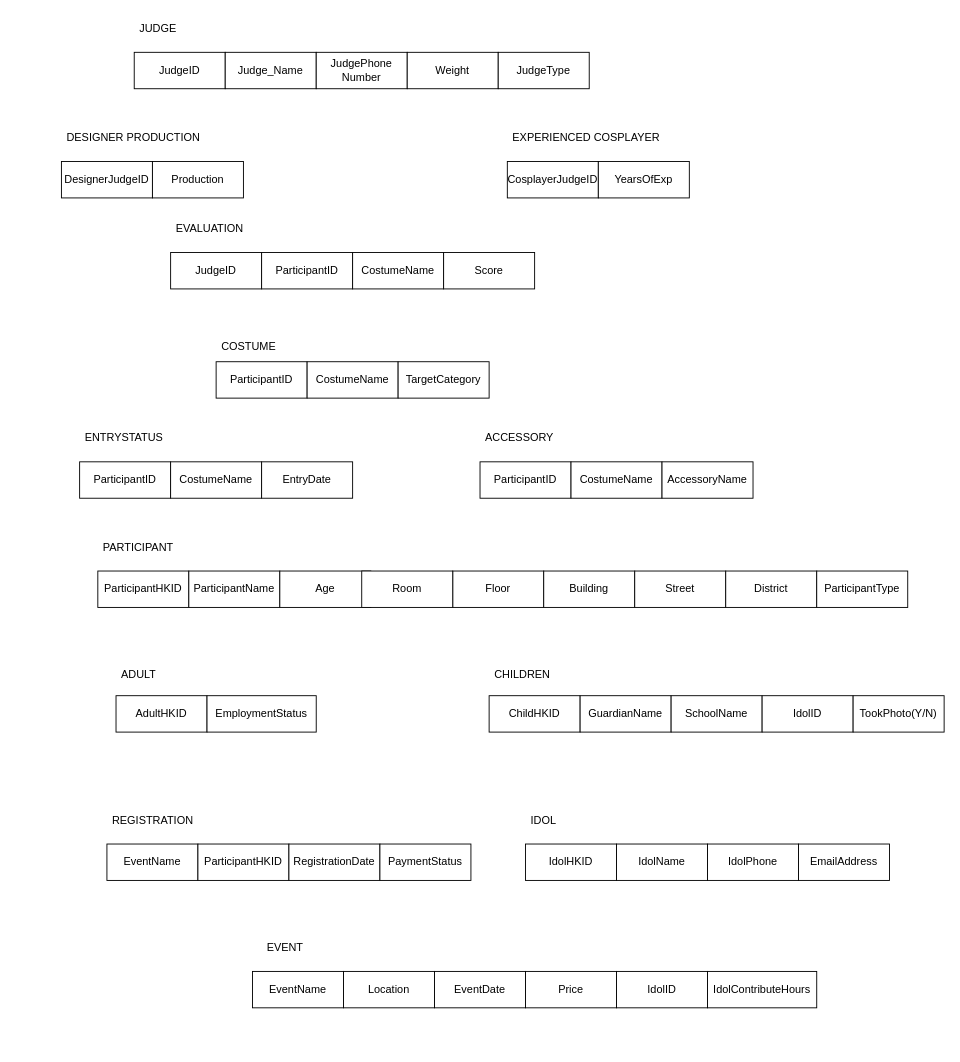
Earlier version of the draw.io diagram IS3331_HW1_RelationalModel.drawio (kkdotpy/Case-Diagram-IS3430). Source tidied: cells renumbered, new cells numbered last; positions are measured from the earlier drawing's top-left corner, leaving out a move shared by most shapes. Both pictures are drawn from the tidied source at 91%, with x=0, y=0 at pixel (61, 15).
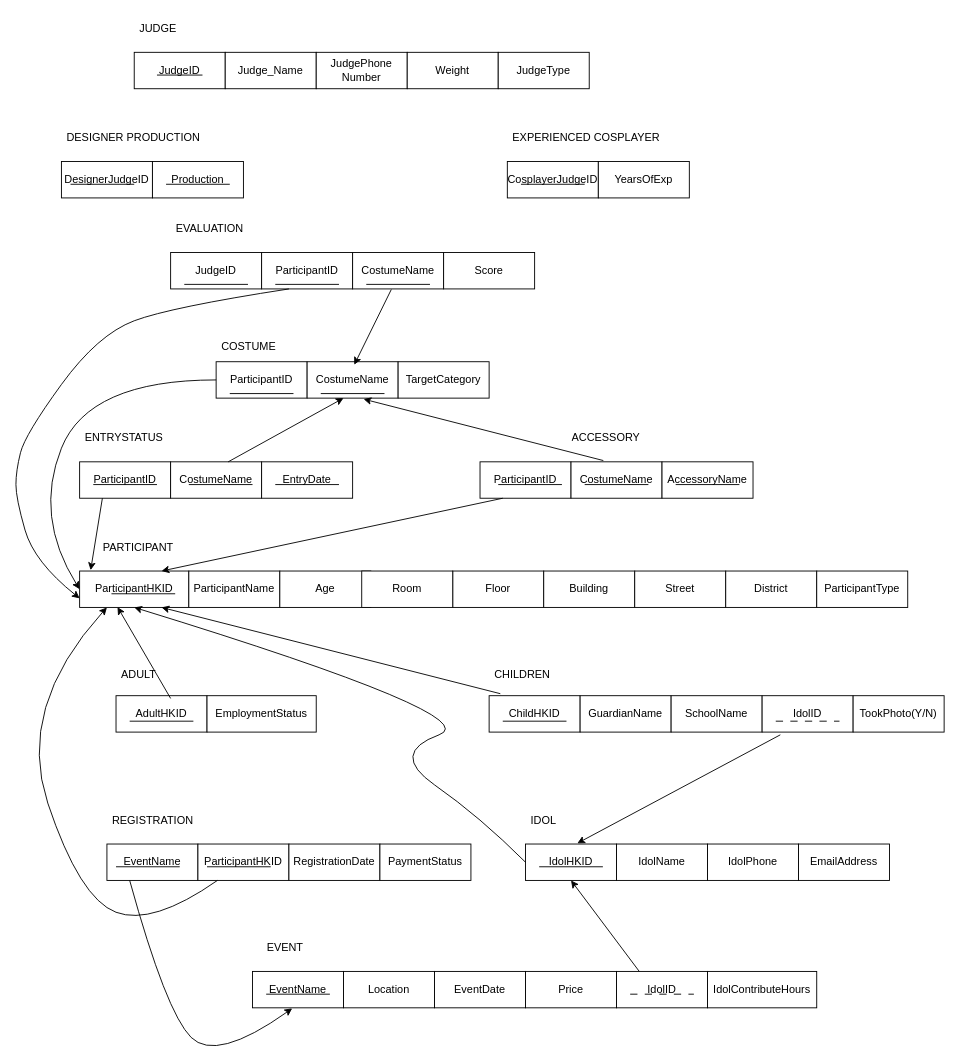
The same page after the edit.

The change refers to these unchanged cells:
```xml
<mxCell id="15" value="ParticipantID" style="whiteSpace=wrap;html=1;align=center;" parent="1" vertex="1">
  <mxGeometry x="170" y="380" width="100" height="40" as="geometry" />
</mxCell>
<mxCell id="18" value="ParticipantID" style="whiteSpace=wrap;html=1;align=center;" parent="1" vertex="1">
  <mxGeometry x="20" y="490" width="100" height="40" as="geometry" />
</mxCell>
<mxCell id="19" value="CostumeName" style="whiteSpace=wrap;html=1;align=center;" parent="1" vertex="1">
  <mxGeometry x="120" y="490" width="100" height="40" as="geometry" />
</mxCell>
<mxCell id="21" value="ParticipantID" style="whiteSpace=wrap;html=1;align=center;" parent="1" vertex="1">
  <mxGeometry x="460" y="490" width="100" height="40" as="geometry" />
</mxCell>
<mxCell id="22" value="CostumeName" style="whiteSpace=wrap;html=1;align=center;" parent="1" vertex="1">
  <mxGeometry x="560" y="490" width="100" height="40" as="geometry" />
</mxCell>
<mxCell id="33" value="ChildHKID" style="whiteSpace=wrap;html=1;align=center;" parent="1" vertex="1">
  <mxGeometry x="470" y="747" width="100" height="40" as="geometry" />
</mxCell>
<mxCell id="36" value="IdolID" style="whiteSpace=wrap;html=1;align=center;" parent="1" vertex="1">
  <mxGeometry x="770" y="747" width="100" height="40" as="geometry" />
</mxCell>
<mxCell id="40" value="EventName" style="whiteSpace=wrap;html=1;align=center;" parent="1" vertex="1">
  <mxGeometry x="50" y="910" width="100" height="40" as="geometry" />
</mxCell>
<mxCell id="41" value="ParticipantHKID" style="whiteSpace=wrap;html=1;align=center;" parent="1" vertex="1">
  <mxGeometry x="150" y="910" width="100" height="40" as="geometry" />
</mxCell>
<mxCell id="44" value="IdolHKID" style="whiteSpace=wrap;html=1;align=center;" parent="1" vertex="1">
  <mxGeometry x="510" y="910" width="100" height="40" as="geometry" />
</mxCell>
<mxCell id="48" value="EventName" style="whiteSpace=wrap;html=1;align=center;" parent="1" vertex="1">
  <mxGeometry x="210" y="1050" width="100" height="40" as="geometry" />
</mxCell>
<mxCell id="52" value="IdolID" style="whiteSpace=wrap;html=1;align=center;" parent="1" vertex="1">
  <mxGeometry x="610" y="1050" width="100" height="40" as="geometry" />
</mxCell>
<mxCell id="62" value="COSTUME" style="text;strokeColor=none;fillColor=none;spacingLeft=4;spacingRight=4;overflow=hidden;points=[[0,0.5],[1,0.5]];portConstraint=eastwest;fontSize=12;whiteSpace=wrap;html=1;" parent="1" vertex="1">
  <mxGeometry x="170" y="350" width="200" height="30" as="geometry" />
</mxCell>
```

Change to the diagram source:
```diff
@@
     <mxCell id="24" value="ParticipantHKID" style="whiteSpace=wrap;html=1;align=center;" parent="1" vertex="1">
-      <mxGeometry x="40" y="610" width="100" height="40" as="geometry" />
+      <mxGeometry x="20" y="610" width="120" height="40" as="geometry" />
     </mxCell>
@@
     <mxCell id="61" value="ACCESSORY" style="text;strokeColor=none;fillColor=none;spacingLeft=4;spacingRight=4;overflow=hidden;fontSize=12;whiteSpace=wrap;html=1;" parent="1" vertex="1">
-      <mxGeometry x="460" y="450" width="200" height="30" as="geometry" />
+      <mxGeometry x="555" y="450" width="200" height="30" as="geometry" />
     </mxCell>
@@
+    <mxCell id="67" style="line;strokeWidth=1;dashed=0;labelPosition=right;align=left;verticalAlign=middle;spacingTop=0;spacingLeft=6;" parent="1" vertex="1">
+      <mxGeometry x="105" y="60" width="50" height="10" as="geometry" />
+    </mxCell>
+    <mxCell id="68" style="line;strokeWidth=1;dashed=0;labelPosition=right;align=left;verticalAlign=middle;spacingTop=0;spacingLeft=6;" parent="1" vertex="1">
+      <mxGeometry x="10" y="180" width="70" height="10" as="geometry" />
+    </mxCell>
+    <mxCell id="69" style="line;strokeWidth=1;dashed=0;labelPosition=right;align=left;verticalAlign=middle;spacingTop=0;spacingLeft=6;" parent="1" vertex="1">
+      <mxGeometry x="115" y="180" width="70" height="10" as="geometry" />
+    </mxCell>
+    <mxCell id="70" style="line;strokeWidth=1;dashed=0;labelPosition=right;align=left;verticalAlign=middle;spacingTop=0;spacingLeft=6;" parent="1" vertex="1">
+      <mxGeometry x="505" y="180" width="70" height="10" as="geometry" />
+    </mxCell>
+    <mxCell id="71" style="line;strokeWidth=1;dashed=0;labelPosition=right;align=left;verticalAlign=middle;spacingTop=0;spacingLeft=6;" parent="1" vertex="1">
+      <mxGeometry x="135" y="290" width="70" height="10" as="geometry" />
+    </mxCell>
+    <mxCell id="72" style="line;strokeWidth=1;dashed=0;labelPosition=right;align=left;verticalAlign=middle;spacingTop=0;spacingLeft=6;points=[];portConstraint=eastwest;" parent="1" vertex="1">
+      <mxGeometry x="235" y="290" width="70" height="10" as="geometry" />
+    </mxCell>
+    <mxCell id="73" style="line;strokeWidth=1;dashed=0;labelPosition=right;align=left;verticalAlign=middle;spacingTop=0;spacingLeft=6;points=[];portConstraint=eastwest;" parent="1" vertex="1">
+      <mxGeometry x="335" y="290" width="70" height="10" as="geometry" />
+    </mxCell>
+    <mxCell id="74" style="line;strokeWidth=1;dashed=0;labelPosition=right;align=left;verticalAlign=middle;spacingTop=0;spacingLeft=6;points=[];portConstraint=eastwest;" parent="1" vertex="1">
+      <mxGeometry x="285" y="410" width="70" height="10" as="geometry" />
+    </mxCell>
+    <mxCell id="75" style="line;strokeWidth=1;dashed=0;labelPosition=right;align=left;verticalAlign=middle;spacingTop=0;spacingLeft=6;" parent="1" vertex="1">
+      <mxGeometry x="185" y="410" width="70" height="10" as="geometry" />
+    </mxCell>
+    <mxCell id="76" style="line;strokeWidth=1;dashed=0;labelPosition=right;align=left;verticalAlign=middle;spacingTop=0;spacingLeft=6;" parent="1" vertex="1">
+      <mxGeometry x="35" y="510" width="70" height="10" as="geometry" />
+    </mxCell>
+    <mxCell id="77" style="line;strokeWidth=1;dashed=0;labelPosition=right;align=left;verticalAlign=middle;spacingTop=0;spacingLeft=6;" parent="1" vertex="1">
+      <mxGeometry x="140" y="510" width="70" height="10" as="geometry" />
+    </mxCell>
+    <mxCell id="78" style="line;strokeWidth=1;dashed=0;labelPosition=right;align=left;verticalAlign=middle;spacingTop=0;spacingLeft=6;" parent="1" vertex="1">
+      <mxGeometry x="235" y="510" width="70" height="10" as="geometry" />
+    </mxCell>
+    <mxCell id="79" style="line;strokeWidth=1;dashed=0;labelPosition=right;align=left;verticalAlign=middle;spacingTop=0;spacingLeft=6;" parent="1" vertex="1">
+      <mxGeometry x="480" y="510" width="70" height="10" as="geometry" />
+    </mxCell>
+    <mxCell id="80" style="line;strokeWidth=1;dashed=0;labelPosition=right;align=left;verticalAlign=middle;spacingTop=0;spacingLeft=6;" parent="1" vertex="1">
+      <mxGeometry x="575" y="510" width="70" height="10" as="geometry" />
+    </mxCell>
+    <mxCell id="81" style="line;strokeWidth=1;dashed=0;labelPosition=right;align=left;verticalAlign=middle;spacingTop=0;spacingLeft=6;" parent="1" vertex="1">
+      <mxGeometry x="675" y="510" width="70" height="10" as="geometry" />
+    </mxCell>
+    <mxCell id="82" style="line;strokeWidth=1;dashed=0;labelPosition=right;align=left;verticalAlign=middle;spacingTop=0;spacingLeft=6;" parent="1" vertex="1">
+      <mxGeometry x="55" y="630" width="70" height="10" as="geometry" />
+    </mxCell>
+    <mxCell id="83" style="line;strokeWidth=1;dashed=0;labelPosition=right;align=left;verticalAlign=middle;spacingTop=0;spacingLeft=6;" parent="1" vertex="1">
+      <mxGeometry x="75" y="770" width="70" height="10" as="geometry" />
+    </mxCell>
+    <mxCell id="84" style="line;strokeWidth=1;dashed=0;labelPosition=right;align=left;verticalAlign=middle;spacingTop=0;spacingLeft=6;" parent="1" vertex="1">
+      <mxGeometry x="485" y="770" width="70" height="10" as="geometry" />
+    </mxCell>
+    <mxCell id="85" style="line;strokeWidth=1;dashed=0;labelPosition=right;align=left;verticalAlign=middle;spacingTop=0;spacingLeft=6;" parent="1" vertex="1">
+      <mxGeometry x="525" y="930" width="70" height="10" as="geometry" />
+    </mxCell>
+    <mxCell id="86" style="line;strokeWidth=1;dashed=0;labelPosition=right;align=left;verticalAlign=middle;spacingTop=0;spacingLeft=6;" parent="1" vertex="1">
+      <mxGeometry x="60" y="930" width="70" height="10" as="geometry" />
+    </mxCell>
+    <mxCell id="87" style="line;strokeWidth=1;dashed=0;labelPosition=right;align=left;verticalAlign=middle;spacingTop=0;spacingLeft=6;" parent="1" vertex="1">
+      <mxGeometry x="160" y="930" width="70" height="10" as="geometry" />
+    </mxCell>
+    <mxCell id="88" style="line;strokeWidth=1;dashed=0;labelPosition=right;align=left;verticalAlign=middle;spacingTop=0;spacingLeft=6;" parent="1" vertex="1">
+      <mxGeometry x="225" y="1070" width="70" height="10" as="geometry" />
+    </mxCell>
+    <mxCell id="89" style="line;strokeWidth=1;dashed=1;labelPosition=right;align=left;verticalAlign=middle;spacingTop=0;spacingLeft=6;dashPattern=8 8;" parent="1" vertex="1">
+      <mxGeometry x="625" y="1070" width="70" height="10" as="geometry" />
+    </mxCell>
+    <mxCell id="90" style="line;strokeWidth=1;dashed=1;labelPosition=right;align=left;verticalAlign=middle;spacingTop=0;spacingLeft=6;dashPattern=8 8;" parent="1" vertex="1">
+      <mxGeometry x="785" y="770" width="70" height="10" as="geometry" />
+    </mxCell>
+    <mxCell id="91" style="curved=1;endArrow=classic;html=1;rounded=0;exitX=0.25;exitY=1;exitDx=0;exitDy=0;entryX=0.436;entryY=1.015;entryDx=0;entryDy=0;entryPerimeter=0;" parent="1" edge="1" source="40" target="48">
+      <mxGeometry relative="1" as="geometry">
+        <Array as="points">
+          <mxPoint x="115" y="1095" />
+          <mxPoint x="170" y="1150" />
+        </Array>
+      </mxGeometry>
+    </mxCell>
+    <mxCell id="92" style="endArrow=classic;html=1;rounded=0;exitX=0.25;exitY=0;exitDx=0;exitDy=0;entryX=0.5;entryY=1;entryDx=0;entryDy=0;" parent="1" edge="1" source="52" target="44">
+      <mxGeometry relative="1" as="geometry" />
+    </mxCell>
+    <mxCell id="93" style="endArrow=classic;html=1;rounded=0;exitX=0.2;exitY=1.075;exitDx=0;exitDy=0;exitPerimeter=0;entryX=0.569;entryY=-0.02;entryDx=0;entryDy=0;entryPerimeter=0;" parent="1" edge="1" source="36" target="44">
+      <mxGeometry relative="1" as="geometry" />
+    </mxCell>
+    <mxCell id="94" style="curved=1;endArrow=classic;html=1;rounded=0;entryX=0.25;entryY=1;entryDx=0;entryDy=0;" parent="1" edge="1" source="41" target="24">
+      <mxGeometry relative="1" as="geometry">
+        <Array as="points">
+          <mxPoint x="100" y="1000" />
+          <mxPoint x="20" y="970" />
+          <mxPoint x="-50" y="760" />
+        </Array>
+      </mxGeometry>
+    </mxCell>
+    <mxCell id="95" style="endArrow=classic;html=1;rounded=0;entryX=0.347;entryY=0.989;entryDx=0;entryDy=0;entryPerimeter=0;" parent="1" edge="1" target="24">
+      <mxGeometry relative="1" as="geometry">
+        <mxPoint x="120" y="750" as="sourcePoint" />
+      </mxGeometry>
+    </mxCell>
+    <mxCell id="96" style="endArrow=classic;html=1;rounded=0;exitX=0.123;exitY=-0.055;exitDx=0;exitDy=0;exitPerimeter=0;entryX=0.75;entryY=1;entryDx=0;entryDy=0;" parent="1" edge="1" source="33" target="24">
+      <mxGeometry relative="1" as="geometry" />
+    </mxCell>
+    <mxCell id="97" style="curved=1;endArrow=classic;html=1;rounded=0;exitX=0;exitY=0.5;exitDx=0;exitDy=0;entryX=0.5;entryY=1;entryDx=0;entryDy=0;" parent="1" edge="1" source="44" target="24">
+      <mxGeometry relative="1" as="geometry">
+        <Array as="points">
+          <mxPoint x="460" y="880" />
+          <mxPoint x="360" y="810" />
+          <mxPoint x="470" y="770" />
+        </Array>
+      </mxGeometry>
+    </mxCell>
+    <mxCell id="98" style="endArrow=classic;html=1;rounded=0;exitX=0.25;exitY=1;exitDx=0;exitDy=0;entryX=0.75;entryY=0;entryDx=0;entryDy=0;" parent="1" edge="1" source="21" target="24">
+      <mxGeometry relative="1" as="geometry" />
+    </mxCell>
+    <mxCell id="99" style="endArrow=classic;html=1;rounded=0;exitX=0.25;exitY=1;exitDx=0;exitDy=0;entryX=0.101;entryY=-0.024;entryDx=0;entryDy=0;entryPerimeter=0;" parent="1" edge="1" source="18" target="24">
+      <mxGeometry relative="1" as="geometry" />
+    </mxCell>
+    <mxCell id="100" style="curved=1;endArrow=classic;html=1;rounded=0;exitX=0;exitY=0.5;exitDx=0;exitDy=0;entryX=0;entryY=0.5;entryDx=0;entryDy=0;" parent="1" edge="1" source="15" target="24">
+      <mxGeometry relative="1" as="geometry">
+        <Array as="points">
+          <mxPoint x="30" y="400" />
+          <mxPoint x="-30" y="550" />
+        </Array>
+      </mxGeometry>
+    </mxCell>
+    <mxCell id="101" style="endArrow=classic;html=1;rounded=0;exitX=0.632;exitY=0.001;exitDx=0;exitDy=0;exitPerimeter=0;entryX=0.357;entryY=1;entryDx=0;entryDy=0;entryPerimeter=0;" parent="1" edge="1" source="19" target="74">
+      <mxGeometry relative="1" as="geometry" />
+    </mxCell>
+    <mxCell id="102" style="endArrow=classic;html=1;rounded=0;exitX=0.355;exitY=-0.035;exitDx=0;exitDy=0;exitPerimeter=0;entryX=0.672;entryY=1.109;entryDx=0;entryDy=0;entryPerimeter=0;" parent="1" edge="1" source="22" target="74">
+      <mxGeometry relative="1" as="geometry" />
+    </mxCell>
+    <mxCell id="103" style="curved=1;endArrow=classic;html=1;rounded=0;exitX=0.214;exitY=1;exitDx=0;exitDy=0;exitPerimeter=0;" parent="1" edge="1" source="72">
+      <mxGeometry relative="1" as="geometry">
+        <mxPoint x="20" y="640" as="targetPoint" />
+        <Array as="points">
+          <mxPoint x="120" y="320" />
+          <mxPoint x="40" y="350" />
+          <mxPoint x="-40" y="460" />
+          <mxPoint x="-50" y="500" />
+          <mxPoint x="-50" y="530" />
+          <mxPoint x="-30" y="600" />
+        </Array>
+      </mxGeometry>
+    </mxCell>
+    <mxCell id="104" style="endArrow=classic;html=1;rounded=0;exitX=0.393;exitY=1.06;exitDx=0;exitDy=0;exitPerimeter=0;entryX=0.759;entryY=1.112;entryDx=0;entryDy=0;entryPerimeter=0;" parent="1" edge="1" source="73" target="62">
+      <mxGeometry relative="1" as="geometry" />
+    </mxCell>
```
